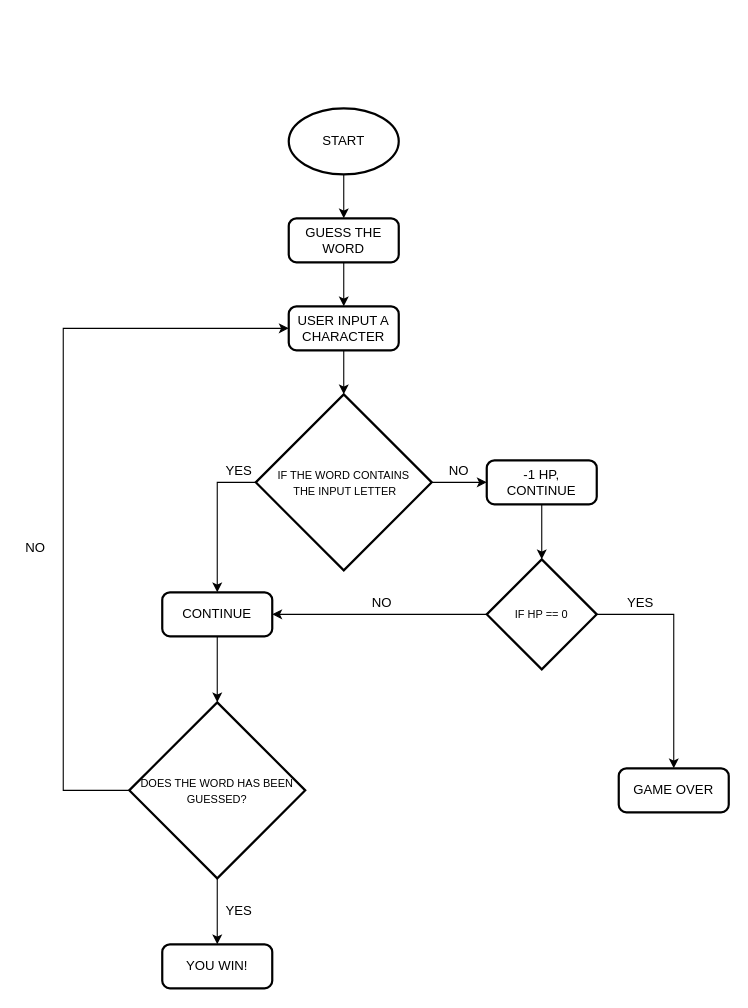
Earlier version of the draw.io diagram 007. Hangman Game/hangman.drawio (AXL-29/Python-BootCamp). Source tidied: cells renumbered, new cells numbered last; positions are measured from the earlier drawing's top-left corner, leaving out a move shared by most shapes. Both pictures are drawn from the tidied source at 110%, with x=0, y=0 at pixel (19, 108).
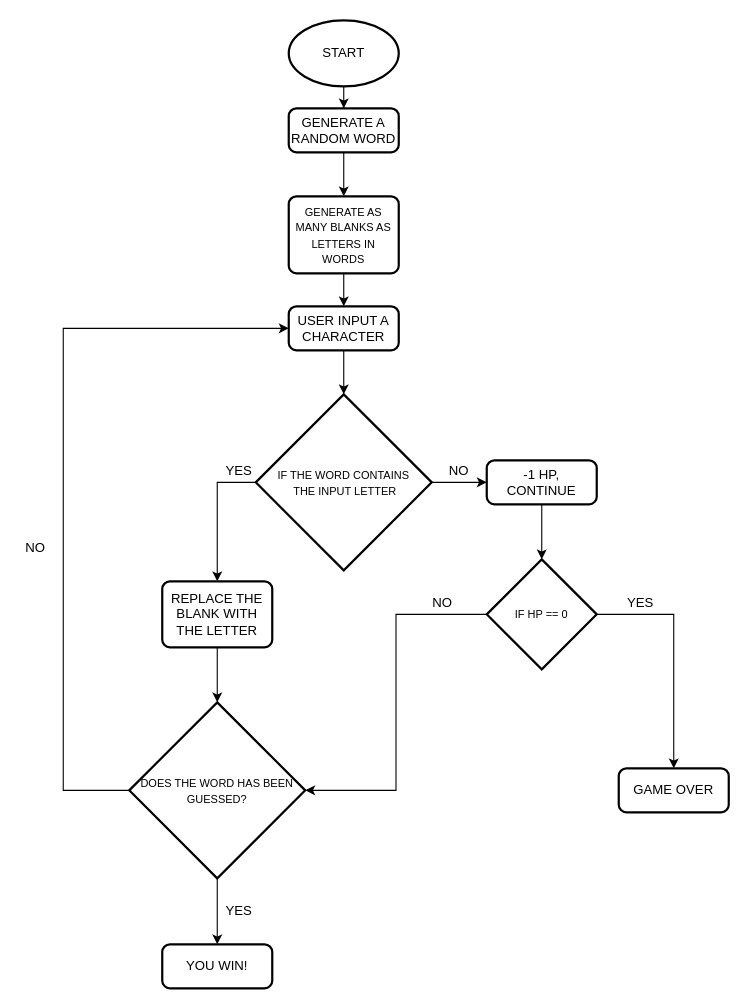
The same diagram, later.

Commit message:
Update Hangman game flow diagram with improved structure and clarity

Unchanged cells that the change refers to:
```xml
<mxCell id="10" value="USER INPUT A CHARACTER" style="rounded=1;whiteSpace=wrap;html=1;absoluteArcSize=1;arcSize=14;strokeWidth=2;" parent="1" vertex="1">
  <mxGeometry x="245" y="180" width="100" height="40" as="geometry" />
</mxCell>
<mxCell id="19" value="&lt;span style=&quot;font-size: 10px;&quot;&gt;IF HP == 0&lt;/span&gt;" style="strokeWidth=2;html=1;shape=mxgraph.flowchart.decision;whiteSpace=wrap;" parent="1" vertex="1">
  <mxGeometry x="425" y="410" width="100" height="100" as="geometry" />
</mxCell>
<mxCell id="25" value="&lt;span style=&quot;font-size: 10px;&quot;&gt;DOES THE WORD HAS BEEN GUESSED?&lt;/span&gt;" style="strokeWidth=2;html=1;shape=mxgraph.flowchart.decision;whiteSpace=wrap;" parent="1" vertex="1">
  <mxGeometry x="100" y="540" width="160" height="160" as="geometry" />
</mxCell>
```

Diff of the diagram source:
```diff
@@
     <mxCell id="3" value="START" style="strokeWidth=2;html=1;shape=mxgraph.flowchart.start_1;whiteSpace=wrap;" parent="1" vertex="1">
-      <mxGeometry x="245" width="100" height="60" as="geometry" />
+      <mxGeometry x="245" y="-80" width="100" height="60" as="geometry" />
     </mxCell>
-    <mxCell id="4" style="edgeStyle=orthogonalEdgeStyle;rounded=0;jettySize=auto;html=1;" parent="1" edge="1" source="5" target="10">
-      <mxGeometry relative="1" as="geometry" />
-    </mxCell>
+    <mxCell id="29" style="edgeStyle=orthogonalEdgeStyle;rounded=0;jettySize=auto;html=1;" parent="1" edge="1" source="5" target="31">
+      <mxGeometry relative="1" as="geometry" />
+    </mxCell>
-    <mxCell id="5" value="GUESS THE WORD" style="rounded=1;whiteSpace=wrap;html=1;absoluteArcSize=1;arcSize=14;strokeWidth=2;" parent="1" vertex="1">
-      <mxGeometry x="245" y="100" width="100" height="40" as="geometry" />
+    <mxCell id="5" value="GENERATE A RANDOM WORD" style="rounded=1;whiteSpace=wrap;html=1;absoluteArcSize=1;arcSize=14;strokeWidth=2;" parent="1" vertex="1">
+      <mxGeometry x="245" width="100" height="40" as="geometry" />
     </mxCell>
@@
-    <mxCell id="12" value="CONTINUE" style="rounded=1;whiteSpace=wrap;html=1;absoluteArcSize=1;arcSize=14;strokeWidth=2;" parent="1" vertex="1">
-      <mxGeometry x="130" y="440" width="100" height="40" as="geometry" />
+    <mxCell id="12" value="REPLACE THE BLANK WITH THE LETTER" style="rounded=1;whiteSpace=wrap;html=1;absoluteArcSize=1;arcSize=14;strokeWidth=2;" parent="1" vertex="1">
+      <mxGeometry x="130" y="430" width="100" height="60" as="geometry" />
     </mxCell>
@@
-    <mxCell id="18" style="edgeStyle=orthogonalEdgeStyle;rounded=0;jettySize=auto;html=1;exitX=0;exitY=0.5;exitDx=0;exitDy=0;exitPerimeter=0;entryX=1;entryY=0.5;entryDx=0;entryDy=0;" parent="1" edge="1" source="19" target="12">
-      <mxGeometry relative="1" as="geometry" />
-    </mxCell>
@@
     <mxCell id="22" value="NO" style="text;html=1;whiteSpace=wrap;strokeColor=none;fillColor=none;align=center;verticalAlign=middle;rounded=0;" parent="1" vertex="1">
-      <mxGeometry x="315" y="440" width="30" height="20" as="geometry" />
+      <mxGeometry x="370" y="440" width="30" height="20" as="geometry" />
     </mxCell>
@@
+    <mxCell id="30" style="edgeStyle=orthogonalEdgeStyle;rounded=0;jettySize=auto;html=1;" parent="1" edge="1" source="31" target="10">
+      <mxGeometry relative="1" as="geometry" />
+    </mxCell>
+    <mxCell id="31" value="&lt;font style=&quot;font-size: 10px;&quot;&gt;GENERATE AS MANY BLANKS AS LETTERS IN WORDS&lt;/font&gt;" style="rounded=1;whiteSpace=wrap;html=1;absoluteArcSize=1;arcSize=14;strokeWidth=2;" parent="1" vertex="1">
+      <mxGeometry x="245" y="80" width="100" height="70" as="geometry" />
+    </mxCell>
+    <mxCell id="32" style="edgeStyle=orthogonalEdgeStyle;rounded=0;jettySize=auto;html=1;exitX=0;exitY=0.5;exitDx=0;exitDy=0;exitPerimeter=0;entryX=1;entryY=0.5;entryDx=0;entryDy=0;entryPerimeter=0;" parent="1" edge="1" source="19" target="25">
+      <mxGeometry relative="1" as="geometry" />
+    </mxCell>
```
